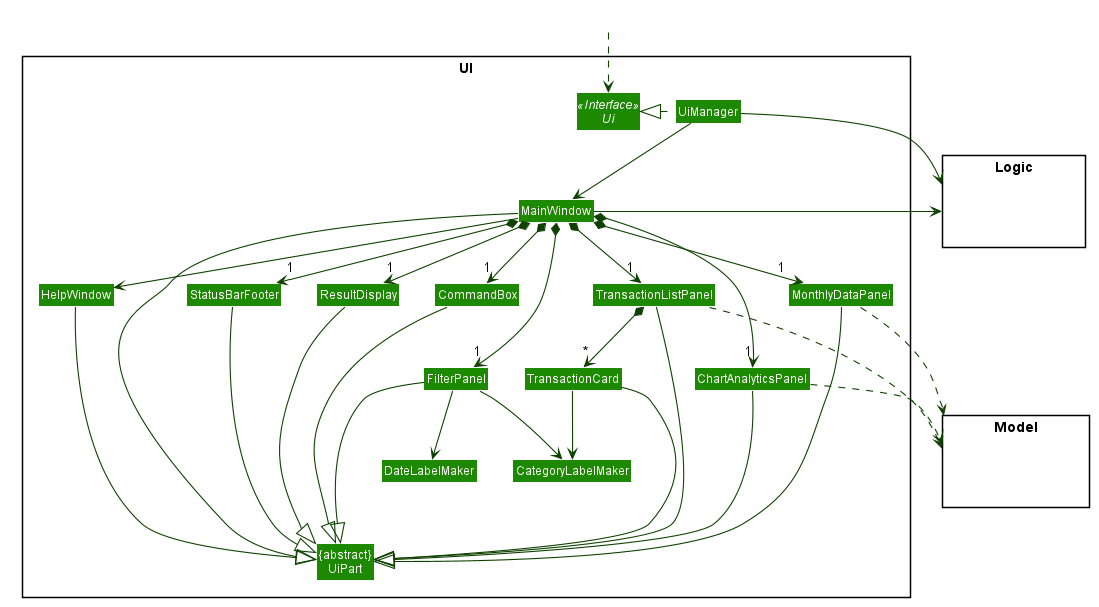
Before: images/UiClassDiagram.png, a diagram exported from PlantUML (AY1920S2-CS2103-T09-3/main).
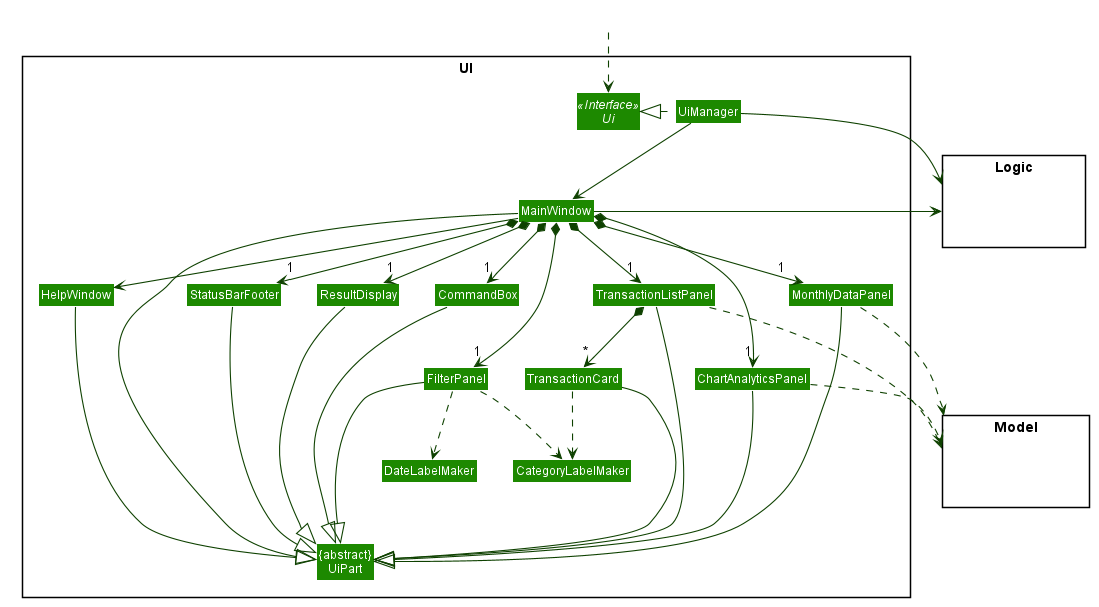
After the change.

What changed in the source:
```diff
@@ -92,9 +92,9 @@
 MainWindow *-down-> "1" MonthlyDataPanel
 
 TransactionListPanel *-down-> "*" TransactionCard
-TransactionCard -down-> CategoryLabelMaker
-FilterPanel -down-> CategoryLabelMaker
-FilterPanel -down-> DateLabelMaker
+TransactionCard ..> CategoryLabelMaker
+FilterPanel .down.> CategoryLabelMaker
+FilterPanel .down.> DateLabelMaker
 
 
 MainWindow ---|> UiPart
```
